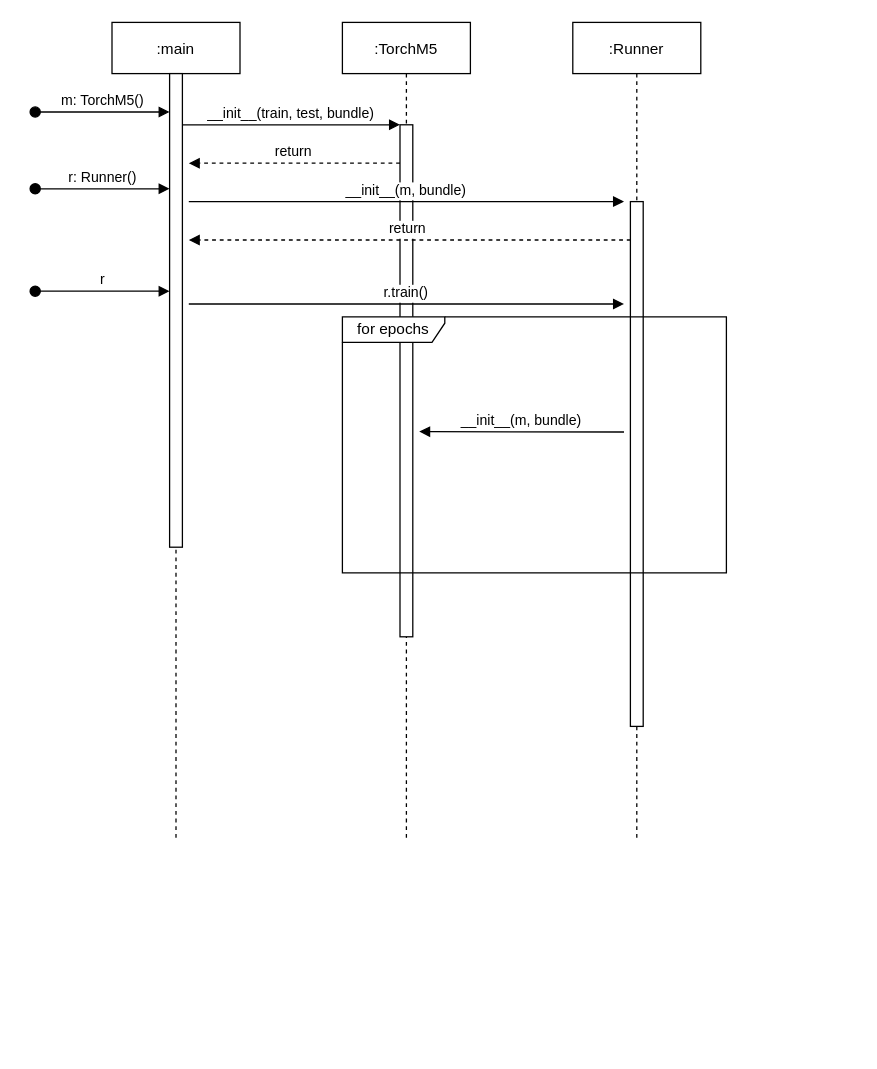
This is drawio/seq_diagram_training.drawio from mHead/creativeAI, a draw.io file, before an edit. Source tidied: cells renumbered, new cells numbered last; positions are measured from the earlier drawing's top-left corner, leaving out a move shared by most shapes. Both pictures are drawn from the tidied source at 128%, with x=0, y=0 at pixel (35, 22).
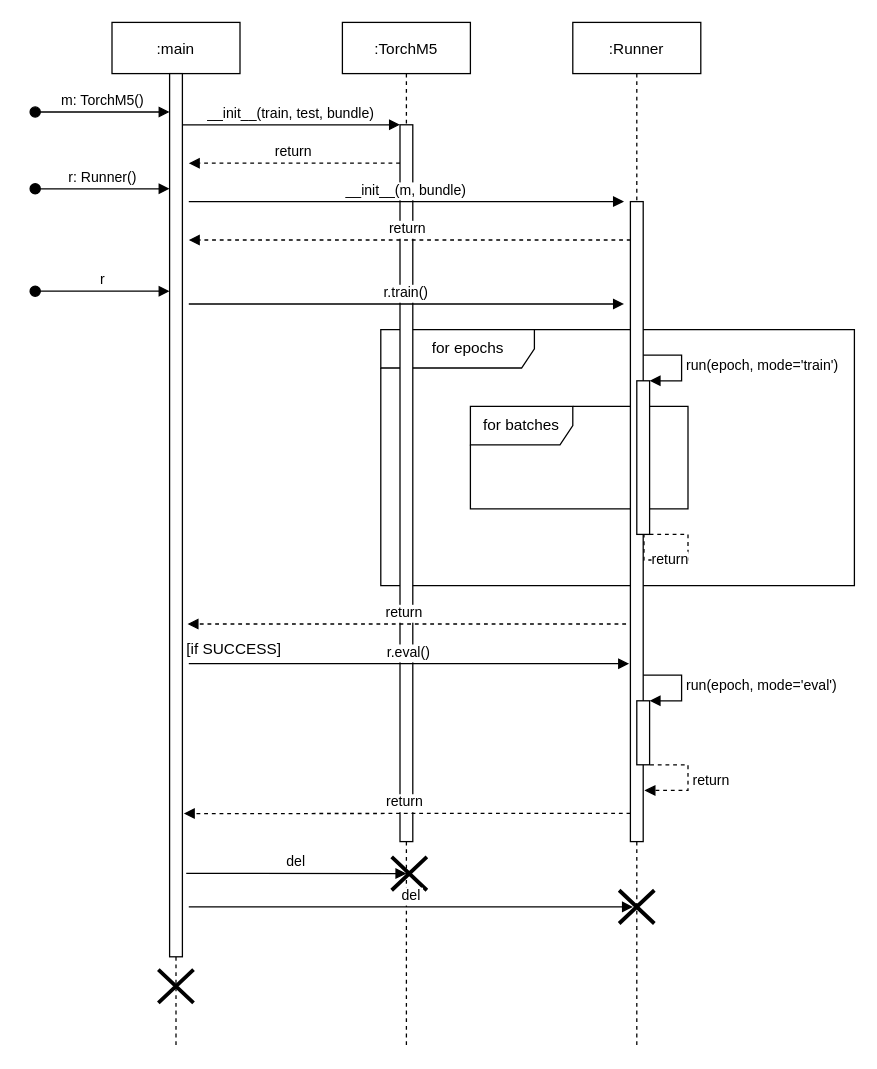
The same diagram, later.

Diff of the diagram source:
```diff
@@
-    <mxCell id="2" value=":main" style="shape=umlLifeline;perimeter=lifelinePerimeter;rounded=0;shadow=0;strokeWidth=1;" parent="1" vertex="1">
-      <mxGeometry x="60" width="100" height="640" as="geometry" />
+    <mxCell id="2" value=":main" style="shape=umlLifeline;perimeter=lifelinePerimeter;rounded=0;shadow=0;strokeWidth=1;size=40;" parent="1" vertex="1">
+      <mxGeometry x="60" width="100" height="800" as="geometry" />
     </mxCell>
+    <mxCell id="16" value="&amp;nbsp; &amp;nbsp; &amp;nbsp;for epochs" style="shape=umlFrame;whiteSpace=wrap;html=1;width=120;height=30;" parent="2" vertex="1">
+      <mxGeometry x="210" y="240" width="370" height="200" as="geometry" />
+    </mxCell>
     <mxCell id="3" style="points=[];perimeter=orthogonalPerimeter;rounded=0;shadow=0;strokeWidth=1;" parent="2" vertex="1">
-      <mxGeometry x="45" y="40" width="10" height="370" as="geometry" />
+      <mxGeometry x="45" y="40" width="10" height="690" as="geometry" />
     </mxCell>
@@
+    <mxCell id="18" value="for batches" style="shape=umlFrame;whiteSpace=wrap;html=1;width=80;height=30;" parent="2" vertex="1">
+      <mxGeometry x="280" y="300" width="170" height="80" as="geometry" />
+    </mxCell>
+    <mxCell id="19" value="return" style="edgeStyle=orthogonalEdgeStyle;html=1;align=left;spacingLeft=2;endArrow=block;rounded=0;entryX=1.061;entryY=0.4;dashed=1;entryDx=0;entryDy=0;entryPerimeter=0;" parent="2" edge="1" target="10">
+      <mxGeometry relative="1" as="geometry">
+        <mxPoint x="420" y="400" as="sourcePoint" />
+        <Array as="points">
+          <mxPoint x="450" y="400" />
+          <mxPoint x="450" y="420" />
+        </Array>
+      </mxGeometry>
+    </mxCell>
     <mxCell id="5" value=":TorchM5" style="shape=umlLifeline;perimeter=lifelinePerimeter;rounded=0;shadow=0;strokeWidth=1;" parent="1" vertex="1">
-      <mxGeometry x="240" width="100" height="640" as="geometry" />
+      <mxGeometry x="240" width="100" height="800" as="geometry" />
     </mxCell>
     <mxCell id="6" style="points=[];perimeter=orthogonalPerimeter;rounded=0;shadow=0;strokeWidth=1;" parent="5" vertex="1">
-      <mxGeometry x="45" y="80" width="10" height="400" as="geometry" />
+      <mxGeometry x="45" y="80" width="10" height="560" as="geometry" />
     </mxCell>
@@
     <mxCell id="9" value=":Runner" style="shape=umlLifeline;perimeter=lifelinePerimeter;rounded=0;shadow=0;strokeWidth=1;" parent="1" vertex="1">
-      <mxGeometry x="420" width="100" height="640" as="geometry" />
+      <mxGeometry x="420" width="100" height="800" as="geometry" />
     </mxCell>
     <mxCell id="10" style="points=[];perimeter=orthogonalPerimeter;rounded=0;shadow=0;strokeWidth=1;" parent="9" vertex="1">
-      <mxGeometry x="45" y="140" width="10" height="410" as="geometry" />
+      <mxGeometry x="45" y="140" width="10" height="500" as="geometry" />
     </mxCell>
@@
-    <mxCell id="16" value="for epochs" style="shape=umlFrame;whiteSpace=wrap;html=1;width=80;height=20;" parent="1" vertex="1">
-      <mxGeometry x="240" y="230" width="300" height="200" as="geometry" />
-    </mxCell>
-    <mxCell id="17" value="__init__(m, bundle)" style="verticalAlign=bottom;endArrow=block;shadow=0;strokeWidth=1;endSize=6;targetPerimeterSpacing=0;sourcePerimeterSpacing=0;startSize=6;" parent="1" edge="1">
-      <mxGeometry relative="1" as="geometry">
-        <mxPoint x="460" y="320" as="sourcePoint" />
-        <mxPoint x="300" y="319.7" as="targetPoint" />
-      </mxGeometry>
-    </mxCell>
+    <mxCell id="20" style="html=1;points=[];perimeter=orthogonalPerimeter;" parent="1" vertex="1">
+      <mxGeometry x="470" y="280" width="10" height="120" as="geometry" />
+    </mxCell>
+    <mxCell id="21" value="run(epoch, mode='train')" style="edgeStyle=orthogonalEdgeStyle;html=1;align=left;spacingLeft=2;endArrow=block;rounded=0;entryX=1;entryY=0;" parent="1" edge="1" target="20">
+      <mxGeometry relative="1" as="geometry">
+        <mxPoint x="475" y="260" as="sourcePoint" />
+        <Array as="points">
+          <mxPoint x="505" y="260" />
+        </Array>
+      </mxGeometry>
+    </mxCell>
+    <mxCell id="22" value="return" style="verticalAlign=bottom;endArrow=block;shadow=0;strokeWidth=1;dashed=1;" parent="1" edge="1">
+      <mxGeometry x="0.01" relative="1" as="geometry">
+        <mxPoint x="461.6" y="470" as="sourcePoint" />
+        <mxPoint x="119" y="470" as="targetPoint" />
+        <Array as="points">
+          <mxPoint x="356.6" y="470" />
+        </Array>
+      </mxGeometry>
+    </mxCell>
+    <mxCell id="23" value="r.eval()" style="verticalAlign=bottom;endArrow=block;shadow=0;strokeWidth=1;" parent="1" edge="1">
+      <mxGeometry relative="1" as="geometry">
+        <mxPoint x="120" y="501" as="sourcePoint" />
+        <mxPoint x="464" y="501" as="targetPoint" />
+      </mxGeometry>
+    </mxCell>
+    <mxCell id="24" value="[if SUCCESS]" style="text;html=1;align=center;verticalAlign=middle;strokeColor=none;" parent="1" vertex="1">
+      <mxGeometry x="110" y="480" width="90" height="20" as="geometry" />
+    </mxCell>
+    <mxCell id="25" value="run(epoch, mode='eval')" style="edgeStyle=orthogonalEdgeStyle;html=1;align=left;spacingLeft=2;endArrow=block;rounded=0;entryX=1;entryY=0;" parent="1" edge="1">
+      <mxGeometry relative="1" as="geometry">
+        <mxPoint x="475" y="510" as="sourcePoint" />
+        <mxPoint x="480" y="530" as="targetPoint" />
+        <Array as="points">
+          <mxPoint x="505" y="510" />
+        </Array>
+      </mxGeometry>
+    </mxCell>
+    <mxCell id="26" style="html=1;perimeter=orthogonalPerimeter;" parent="1" vertex="1">
+      <mxGeometry x="470" y="530" width="10" height="50" as="geometry" />
+    </mxCell>
+    <mxCell id="27" value="return" style="edgeStyle=orthogonalEdgeStyle;html=1;align=left;spacingLeft=2;endArrow=block;rounded=0;entryX=1.061;entryY=0.4;dashed=1;entryDx=0;entryDy=0;entryPerimeter=0;" parent="1" edge="1">
+      <mxGeometry relative="1" as="geometry">
+        <mxPoint x="480.4" y="580" as="sourcePoint" />
+        <mxPoint x="476" y="600" as="targetPoint" />
+        <Array as="points">
+          <mxPoint x="510" y="580" />
+          <mxPoint x="510" y="600" />
+        </Array>
+      </mxGeometry>
+    </mxCell>
+    <mxCell id="28" value="return" style="verticalAlign=bottom;endArrow=block;shadow=0;strokeWidth=1;dashed=1;entryX=0.867;entryY=0.768;entryDx=0;entryDy=0;entryPerimeter=0;" parent="1" edge="1">
+      <mxGeometry x="0.01" relative="1" as="geometry">
+        <mxPoint x="465" y="618" as="sourcePoint" />
+        <mxPoint x="116.1" y="618.1" as="targetPoint" />
+        <Array as="points">
+          <mxPoint x="360" y="618" />
+        </Array>
+      </mxGeometry>
+    </mxCell>
+    <mxCell id="29" style="shape=umlDestroy;whiteSpace=wrap;html=1;strokeWidth=3;" parent="1" vertex="1">
+      <mxGeometry x="278.5" y="652" width="27.5" height="26" as="geometry" />
+    </mxCell>
+    <mxCell id="30" value="del" style="verticalAlign=bottom;endArrow=block;shadow=0;strokeWidth=1;" parent="1" edge="1">
+      <mxGeometry relative="1" as="geometry">
+        <mxPoint x="118" y="664.8" as="sourcePoint" />
+        <mxPoint x="290" y="665" as="targetPoint" />
+      </mxGeometry>
+    </mxCell>
+    <mxCell id="31" style="shape=umlDestroy;whiteSpace=wrap;html=1;strokeWidth=3;" parent="1" vertex="1">
+      <mxGeometry x="456.2" y="678" width="27.5" height="26" as="geometry" />
+    </mxCell>
+    <mxCell id="32" value="del" style="verticalAlign=bottom;endArrow=block;shadow=0;strokeWidth=1;" parent="1" edge="1">
+      <mxGeometry relative="1" as="geometry">
+        <mxPoint x="120" y="691" as="sourcePoint" />
+        <mxPoint x="467" y="691" as="targetPoint" />
+      </mxGeometry>
+    </mxCell>
+    <mxCell id="33" style="shape=umlDestroy;whiteSpace=wrap;html=1;strokeWidth=3;" parent="1" vertex="1">
+      <mxGeometry x="96.2" y="740" width="27.5" height="26" as="geometry" />
+    </mxCell>
```
